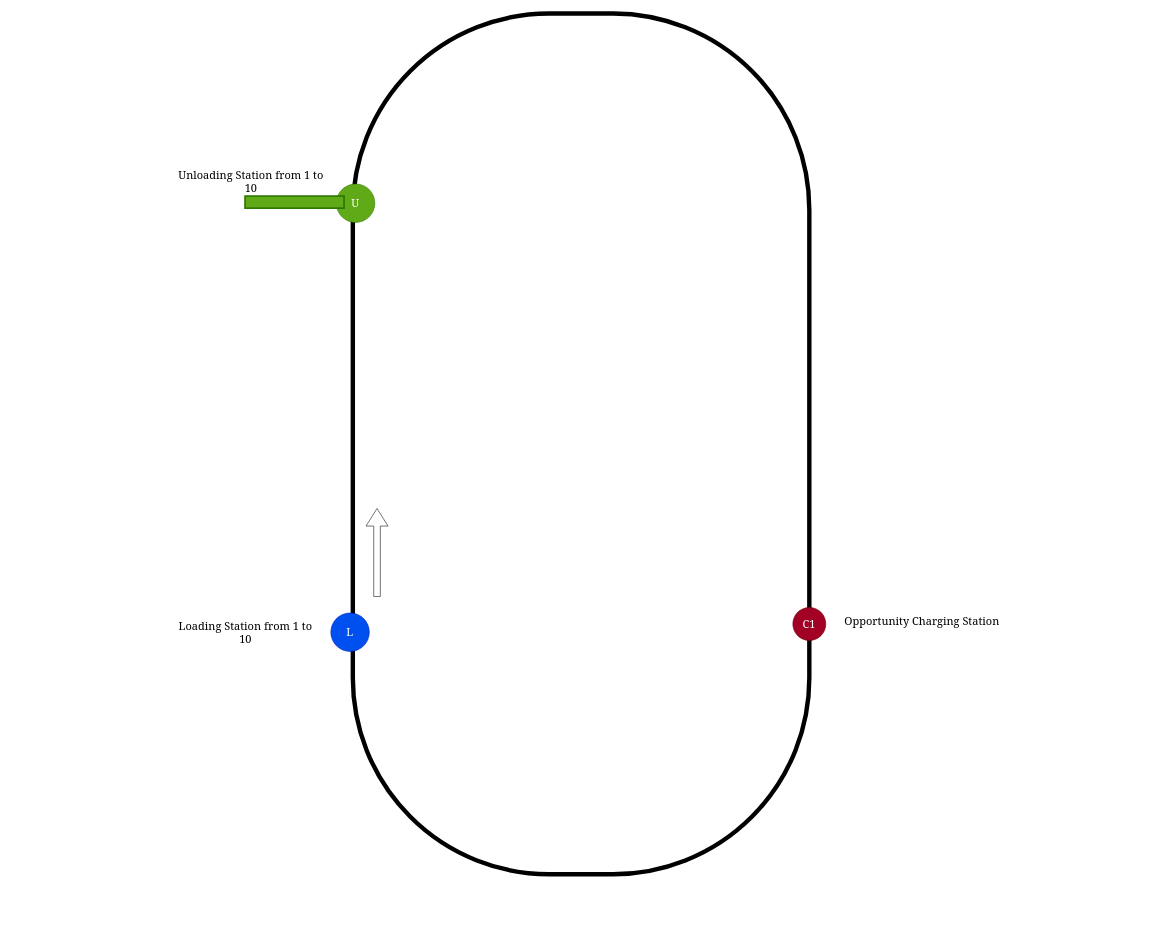
Before: page "SingleLoop" (3 of 3) of ADM AGV Layou.drawio in netCIS0xD/testRepository, a draw.io diagram. Source tidied: cells renumbered, new cells numbered last; positions are measured from the earlier drawing's top-left corner, leaving out a move shared by most shapes. Both pictures are drawn from the tidied source at 55%, with x=0, y=0 at pixel (150, 173).
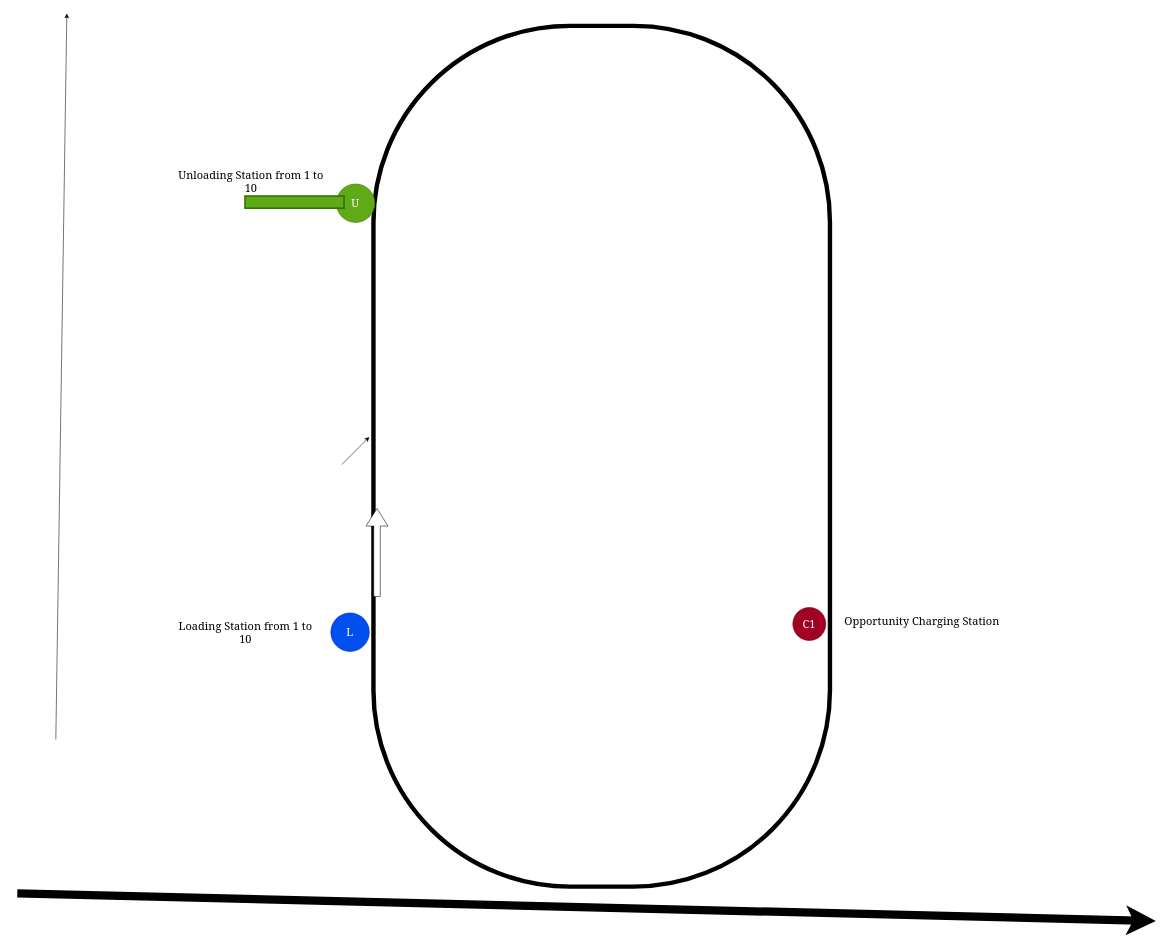
After the change.

The edit, as a diff of the source:
```diff
@@
 <mxGraphModel>
   <root>
     <mxCell id="0" />
     <mxCell id="1" parent="0" />
     <mxCell id="2" style="rounded=1;whiteSpace=wrap;html=1;rotation=90;strokeWidth=8;arcSize=43;glass=0;perimeterSpacing=0;" parent="1" vertex="1">
-      <mxGeometry x="0.5" y="77.5" width="1565" height="830" as="geometry" />
+      <mxGeometry x="38" y="100" width="1565" height="830" as="geometry" />
     </mxCell>
     <mxCell id="3" style="shape=singleArrow;whiteSpace=wrap;html=1;direction=north;" parent="1" vertex="1">
       <mxGeometry x="392" y="610" width="40" height="160" as="geometry" />
     </mxCell>
     <mxCell id="4" value="L" style="ellipse;whiteSpace=wrap;html=1;fillStyle=solid;fillColor=#0050ef;strokeColor=#001DBC;fontColor=#ffffff;align=center;fontFamily=Georgia;fontSize=20;" parent="1" vertex="1">
       <mxGeometry x="328" y="800" width="70" height="70" as="geometry" />
     </mxCell>
     <mxCell id="5" value="U" style="ellipse;whiteSpace=wrap;html=1;fillStyle=solid;fillColor=#60a917;strokeColor=#2D7600;fontColor=#ffffff;align=center;fontFamily=Georgia;fontSize=20;" parent="1" vertex="1">
       <mxGeometry x="338" y="20" width="70" height="70" as="geometry" />
     </mxCell>
     <mxCell id="6" value="C1" style="ellipse;whiteSpace=wrap;html=1;fillColor=light-dark(#a20025, #eb0000);fontColor=#ffffff;strokeColor=#6F0000;fontFamily=Georgia;fontSize=20;" parent="1" vertex="1">
       <mxGeometry x="1168" y="790" width="60" height="60" as="geometry" />
     </mxCell>
     <mxCell id="7" value="Loading Station from 1 to 10" style="text;html=1;whiteSpace=wrap;strokeColor=none;fillColor=none;align=center;verticalAlign=middle;rounded=0;fontFamily=Georgia;fontSize=20;" parent="1" vertex="1">
       <mxGeometry x="38" y="820" width="270" height="30" as="geometry" />
     </mxCell>
     <mxCell id="8" value="Unloading Station from 1 to 10" style="text;html=1;whiteSpace=wrap;strokeColor=none;fillColor=none;align=center;verticalAlign=middle;rounded=0;fontFamily=Georgia;fontSize=20;" parent="1" vertex="1">
       <mxGeometry x="38" width="290" height="30" as="geometry" />
     </mxCell>
     <mxCell id="9" value="Opportunity Charging Station" style="text;html=1;whiteSpace=wrap;strokeColor=none;fillColor=none;align=center;verticalAlign=middle;rounded=0;fontFamily=Georgia;fontSize=20;" parent="1" vertex="1">
       <mxGeometry x="1258" y="800" width="290" height="30" as="geometry" />
     </mxCell>
     <mxCell id="10" style="rounded=0;whiteSpace=wrap;html=1;strokeWidth=3;fillColor=#60a917;fontColor=#ffffff;strokeColor=#2D7600;" parent="1" vertex="1">
       <mxGeometry x="172" y="42" width="180" height="22" as="geometry" />
     </mxCell>
+    <mxCell id="11" style="endArrow=classic;html=1;rounded=0;" parent="1" edge="1">
+      <mxGeometry relative="1" as="geometry">
+        <mxPoint x="348" y="530" as="sourcePoint" />
+        <mxPoint x="398" y="480" as="targetPoint" />
+      </mxGeometry>
+    </mxCell>
+    <mxCell id="12" style="endArrow=classic;html=1;rounded=0;strokeWidth=15;" parent="1" edge="1">
+      <mxGeometry relative="1" as="geometry">
+        <mxPoint x="-242" y="1310" as="sourcePoint" />
+        <mxPoint x="1828" y="1360" as="targetPoint" />
+      </mxGeometry>
+    </mxCell>
+    <mxCell id="13" style="endArrow=classic;html=1;rounded=0;" parent="1" edge="1">
+      <mxGeometry relative="1" as="geometry">
+        <mxPoint x="-172" y="1030" as="sourcePoint" />
+        <mxPoint x="-152" y="-290" as="targetPoint" />
+      </mxGeometry>
+    </mxCell>
   </root>
 </mxGraphModel>
```
